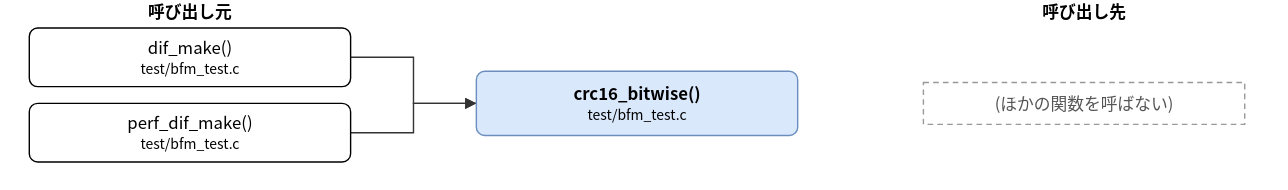
This is doc/spec/images/call_test_bfm_test-crc16_bitwise.drawio.svg from hf355051012-ai/bfmem, a draw.io export, as it was before one commit. Source tidied: cells renumbered, new cells last; positions are measured from the earlier drawing's top-left corner, leaving out a move shared by most shapes.
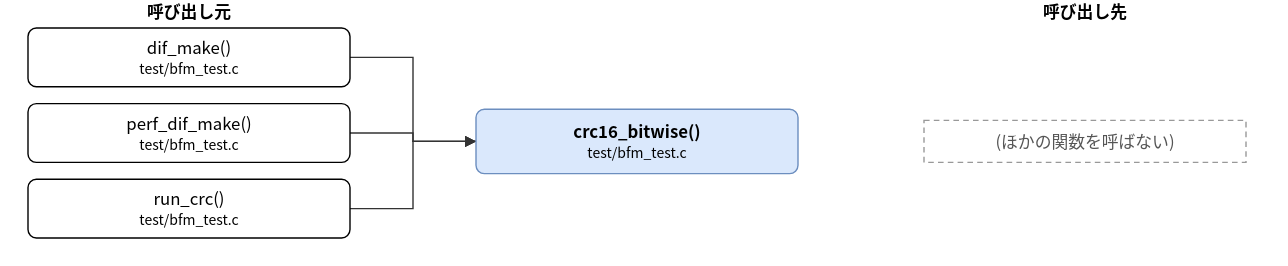
Above is the later version.

The edit, as a diff of the source:
```diff
@@ -3,7 +3,7 @@
     <mxCell id="0" />
     <mxCell id="1" parent="0" />
     <mxCell id="2" value="crc16_bitwise()&lt;br&gt;&lt;font style=&quot;font-size:10px&quot;&gt;test/bfm_test.c&lt;/font&gt;" style="rounded=1;whiteSpace=wrap;html=1;fillColor=#dae8fc;strokeColor=#6c8ebf;fontStyle=1;" parent="1" vertex="1">
-      <mxGeometry x="320" y="51" width="230" height="46" as="geometry" />
+      <mxGeometry x="320" y="78" width="230" height="46" as="geometry" />
     </mxCell>
     <mxCell id="3" value="dif_make()&lt;br&gt;&lt;font style=&quot;font-size:10px&quot;&gt;test/bfm_test.c&lt;/font&gt;" style="rounded=1;whiteSpace=wrap;html=1;" parent="1" vertex="1">
       <mxGeometry y="20" width="230" height="42" as="geometry" />
@@ -11,14 +11,17 @@
     <mxCell id="4" value="perf_dif_make()&lt;br&gt;&lt;font style=&quot;font-size:10px&quot;&gt;test/bfm_test.c&lt;/font&gt;" style="rounded=1;whiteSpace=wrap;html=1;" parent="1" vertex="1">
       <mxGeometry y="74" width="230" height="42" as="geometry" />
     </mxCell>
+    <mxCell id="10" value="run_crc()&lt;br&gt;&lt;font style=&quot;font-size:10px&quot;&gt;test/bfm_test.c&lt;/font&gt;" style="rounded=1;whiteSpace=wrap;html=1;" parent="1" vertex="1">
+      <mxGeometry y="128" width="230" height="42" as="geometry" />
+    </mxCell>
     <mxCell id="5" value="(ほかの関数を呼ばない)" style="rounded=0;whiteSpace=wrap;html=1;dashed=1;strokeColor=#999999;fontColor=#555555;dashed=1;" parent="1" vertex="1">
-      <mxGeometry x="640" y="59" width="230" height="30" as="geometry" />
+      <mxGeometry x="640" y="86" width="230" height="30" as="geometry" />
     </mxCell>
     <mxCell id="6" style="edgeStyle=none;html=1;rounded=0;endArrow=block;endFill=1;exitX=1.0000;exitY=0.5000;exitDx=0;exitDy=0;exitPerimeter=0;entryX=0.0000;entryY=0.5000;entryDx=0;entryDy=0;entryPerimeter=0;" parent="1" edge="1" source="3" target="2">
       <mxGeometry relative="1" as="geometry">
         <Array as="points">
           <mxPoint x="275" y="41" />
-          <mxPoint x="275" y="74" />
+          <mxPoint x="275" y="101" />
         </Array>
       </mxGeometry>
     </mxCell>
@@ -26,10 +29,18 @@
       <mxGeometry relative="1" as="geometry">
         <Array as="points">
           <mxPoint x="275" y="95" />
-          <mxPoint x="275" y="74" />
+          <mxPoint x="275" y="101" />
         </Array>
       </mxGeometry>
     </mxCell>
+    <mxCell id="11" style="edgeStyle=none;html=1;rounded=0;endArrow=block;endFill=1;exitX=1.0000;exitY=0.5000;exitDx=0;exitDy=0;exitPerimeter=0;entryX=0.0000;entryY=0.5000;entryDx=0;entryDy=0;entryPerimeter=0;" parent="1" edge="1" source="10" target="2">
+      <mxGeometry relative="1" as="geometry">
+        <Array as="points">
+          <mxPoint x="275" y="149" />
+          <mxPoint x="275" y="101" />
+        </Array>
+      </mxGeometry>
+    </mxCell>
     <mxCell id="8" value="呼び出し元" style="text;html=1;align=center;fontStyle=1;" parent="1" vertex="1">
       <mxGeometry x="35" width="160" height="18" as="geometry" />
     </mxCell>
```
